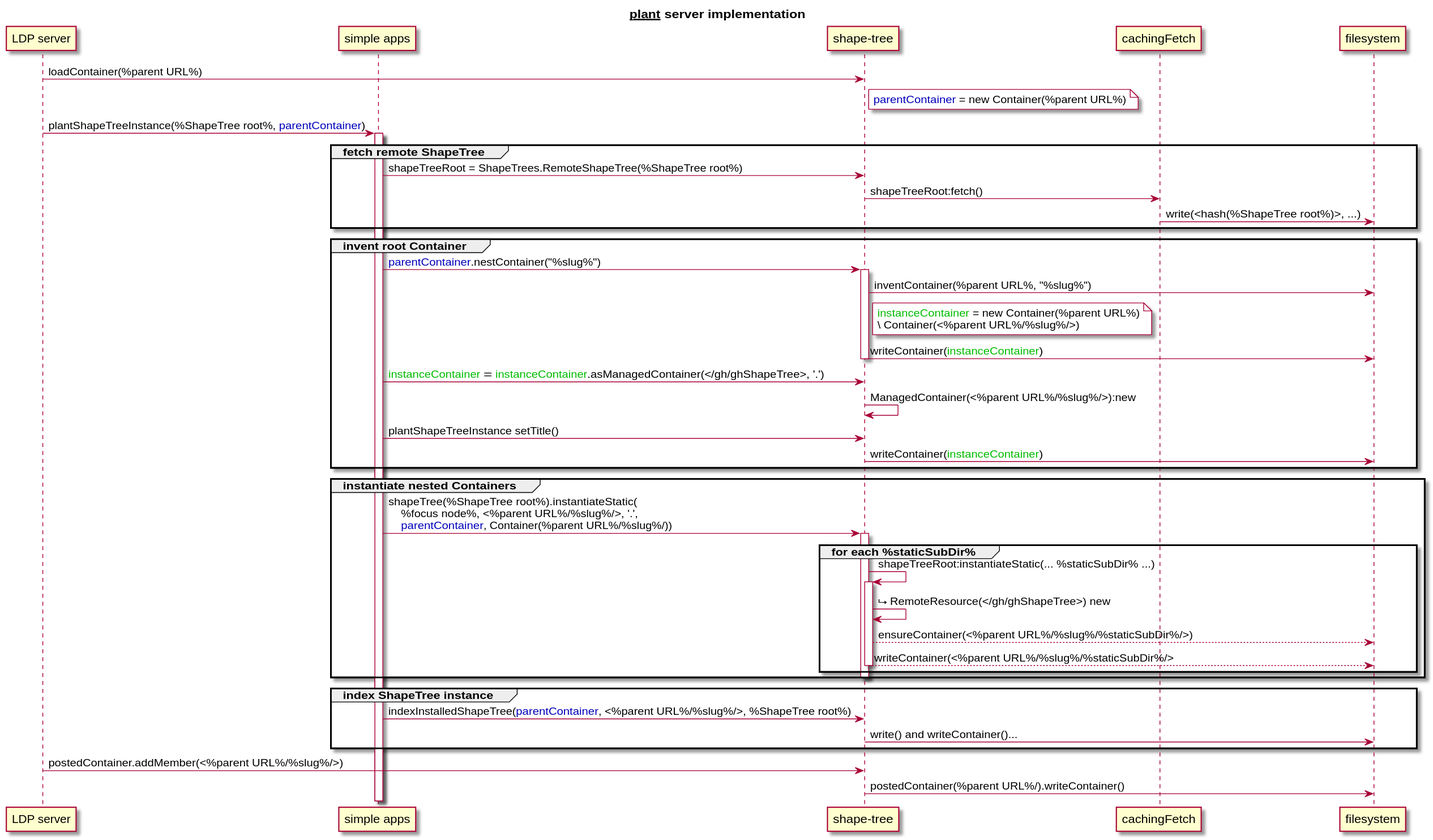
shapetrees/shapetree.js-old keeps this PlantUML diagram as doc/server-plant.svg. Above is the earlier version. Its diagram source:
```plantuml
@startuml
participant caller as "LDP server"
participant ecosystem as "simple apps"
participant ST as "shape-tree"
participant cache as "cachingFetch"
participant fs as "filesystem"
title <u>plant</u> server implementation
caller -> ST: loadContainer(%parent URL%)
note right of ST #fff: <color #00b>parentContainer</color> = new Container(%parent URL%)
caller -> ecosystem: plantShapeTreeInstance(%ShapeTree root%, <color #00b>parentContainer</color>)
activate ecosystem

group fetch remote ShapeTree
ecosystem -> ST #eef: shapeTreeRoot = ShapeTrees.RemoteShapeTree(%ShapeTree root%)
ST -> cache: shapeTreeRoot:fetch()
cache -> fs: write(<hash(%ShapeTree root%)>, ...)
end

group invent root Container
ecosystem -> ST: <color #00b>parentContainer</color>.nestContainer("%slug%")
activate ST
ST -> fs: inventContainer(%parent URL%, "%slug%")
note right of ST #fff: <color #0b0>instanceContainer</color> = new Container(%parent URL%)\n\\ Container(<%parent URL%/%slug%/>)
ST -> fs:writeContainer(<color #0b0>instanceContainer</color>)
deactivate ST
ecosystem -> ST #eef: <color #0b0>instanceContainer</color> = <color #0b0>instanceContainer</color>.asManagedContainer(</gh/ghShapeTree>, '.')
ST -> ST:ManagedContainer(<%parent URL%/%slug%/>):new
ecosystem -> ST: plantShapeTreeInstance setTitle()
ST -> fs: writeContainer(<color #0b0>instanceContainer</color>)
end

group instantiate nested Containers
ecosystem -> ST: shapeTree(%ShapeTree root%).instantiateStatic(\n    %focus node%, <%parent URL%/%slug%/>, '.', \n    <color #00b>parentContainer</color>, Container(%parent URL%/%slug%/))
group for each %staticSubDir%
activate ST
ST -> ST: shapeTreeRoot:instantiateStatic(... %staticSubDir% ...)
activate ST
ST -> ST: ⮡ RemoteResource(</gh/ghShapeTree>) new
ST --> fs: ensureContainer(<%parent URL%/%slug%/%staticSubDir%/>)
ST --> fs: writeContainer(<%parent URL%/%slug%/%staticSubDir%/>
deactivate ST
end
deactivate ST
end

group index ShapeTree instance
ecosystem -> ST: indexInstalledShapeTree(<color #00b>parentContainer</color>, <%parent URL%/%slug%/>, %ShapeTree root%)
ST -> fs: write() and writeContainer()...
end

caller -> ST: postedContainer.addMember(<%parent URL%/%slug%/>)
ST -> fs: postedContainer(%parent URL%/).writeContainer()

@enduml
```
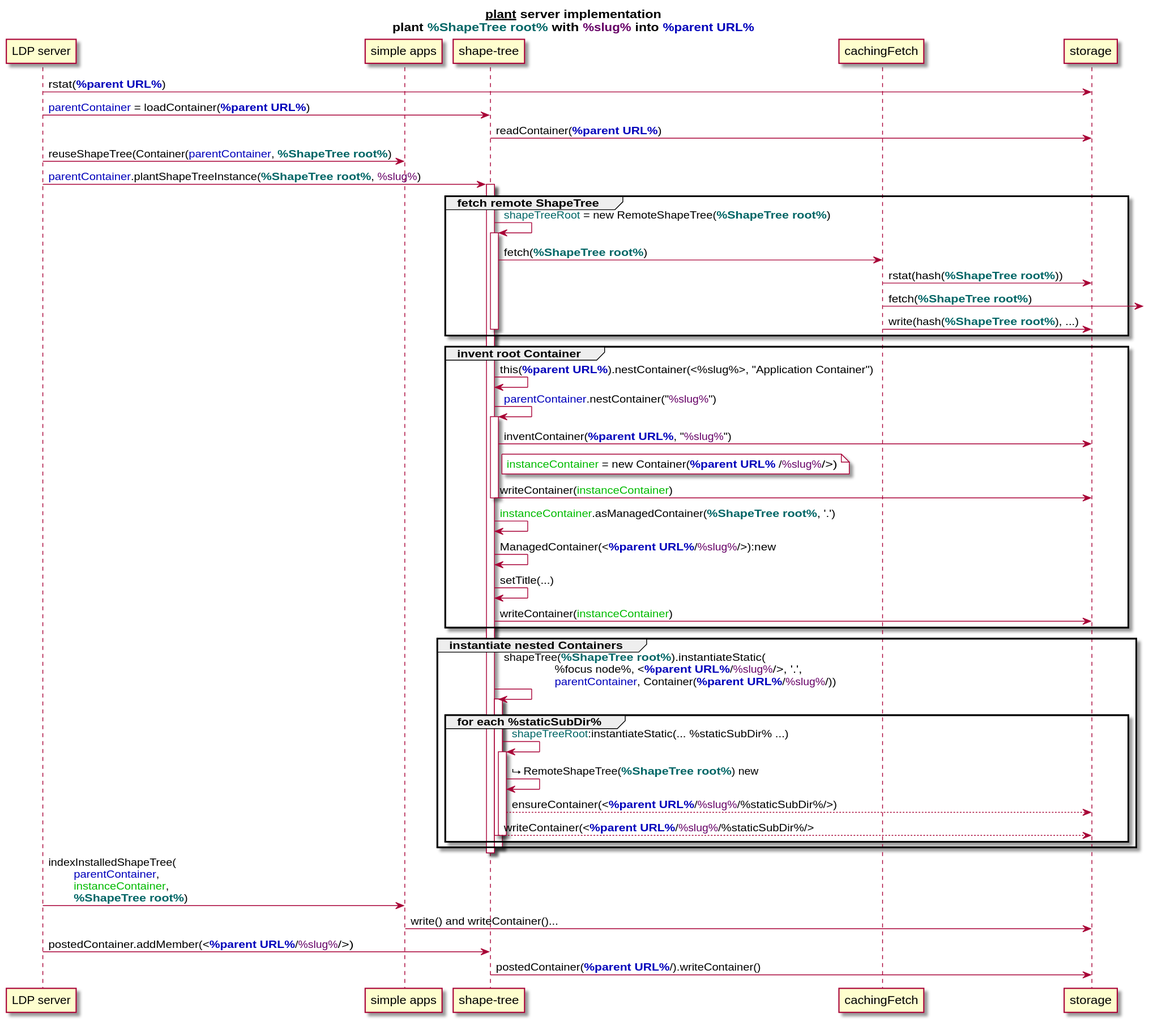
Later version of the same file.

What changed in the source:
```diff
@@ -3,52 +3,68 @@
 participant ecosystem as "simple apps"
 participant ST as "shape-tree"
 participant cache as "cachingFetch"
-participant fs as "filesystem"
-title <u>plant</u> server implementation
-caller -> ST: loadContainer(%parent URL%)
-note right of ST #fff: <color #00b>parentContainer</color> = new Container(%parent URL%)
-caller -> ecosystem: plantShapeTreeInstance(%ShapeTree root%, <color #00b>parentContainer</color>)
-activate ecosystem
+participant fs as "storage"
+title
+        <u>plant</u> server implementation
+        plant <color #066>**%ShapeTree root%**</color> with <color #606>%slug%</color> into <color #00b>**%parent URL%**</color>
+end title
 
-group fetch remote ShapeTree
-ecosystem -> ST #eef: shapeTreeRoot = ShapeTrees.RemoteShapeTree(%ShapeTree root%)
-ST -> cache: shapeTreeRoot:fetch()
-cache -> fs: write(<hash(%ShapeTree root%)>, ...)
-end
+caller -> fs: rstat(<color #00b>**%parent URL%**</color>)
+caller -> ST: <color #00b>parentContainer</color> = loadContainer(<color #00b>**%parent URL%**</color>)
+ST -> fs: readContainer(<color #00b>**%parent URL%**</color>)
 
-group invent root Container
-ecosystem -> ST: <color #00b>parentContainer</color>.nestContainer("%slug%")
+caller -> ecosystem: reuseShapeTree(Container(<color #00b>parentContainer</color>, <color #066>**%ShapeTree root%**</color>)
+caller -> ST: <color #00b>parentContainer</color>.plantShapeTreeInstance(<color #066>**%ShapeTree root%**</color>, <color #606>%slug%</color>)
 activate ST
-ST -> fs: inventContainer(%parent URL%, "%slug%")
-note right of ST #fff: <color #0b0>instanceContainer</color> = new Container(%parent URL%)\n\\ Container(<%parent URL%/%slug%/>)
-ST -> fs:writeContainer(<color #0b0>instanceContainer</color>)
+
+        group fetch remote ShapeTree
+  		ST -> ST #eef: <color #066>shapeTreeRoot</color> = new RemoteShapeTree(<color #066>**%ShapeTree root%**</color>)
+                activate ST
+  		        ST -> cache: fetch(<color #066>**%ShapeTree root%**</color>)
+  			cache -> fs: rstat(hash(<color #066>**%ShapeTree root%**</color>))
+  			cache ->]: fetch(<color #066>**%ShapeTree root%**</color>)
+  			cache -> fs: write(hash(<color #066>**%ShapeTree root%**</color>), ...)
+                deactivate ST
+        end
+
+        group invent root Container
+  		ST -> ST: this(<color #00b>**%parent URL%**</color>).nestContainer(<%slug%>, "Application Container")
+                ST -> ST: <color #00b>parentContainer</color>.nestContainer("<color #606>%slug%</color>")
+                activate ST
+                        ST -> fs: inventContainer(<color #00b>**%parent URL%**</color>, "<color #606>%slug%</color>")
+                        note right of ST #fff: <color #0b0>instanceContainer</color> = new Container(<color #00b>**%parent URL%**</color> /<color #606>%slug%</color>/>)
+                        ST -> fs:writeContainer(<color #0b0>instanceContainer</color>)
+                deactivate ST
+                ST -> ST #eef: <color #0b0>instanceContainer</color>.asManagedContainer(<color #066>**%ShapeTree root%**</color>, '.')
+                ST -> ST:ManagedContainer(<<color #00b>**%parent URL%**</color>/<color #606>%slug%</color>/>):new
+                ST -> ST: setTitle(...)
+                ST -> fs: writeContainer(<color #0b0>instanceContainer</color>)
+        end
+
+        group instantiate nested Containers
+                ST -> ST: shapeTree(<color #066>**%ShapeTree root%**</color>).instantiateStatic(\n                %focus node%, <<color #00b>**%parent URL%**</color>/<color #606>%slug%</color>/>, '.', \n                <color #00b>parentContainer</color>, Container(<color #00b>**%parent URL%**</color>/<color #606>%slug%</color>/))
+                activate ST
+                        group for each %staticSubDir%
+                                activate ST
+                                        ST -> ST: <color #066>shapeTreeRoot</color>:instantiateStatic(... %staticSubDir% ...)
+                                        activate ST
+                                                ST -> ST: ⮡ RemoteShapeTree(<color #066>**%ShapeTree root%**</color>) new
+                                                ST --> fs: ensureContainer(<<color #00b>**%parent URL%**</color>/<color #606>%slug%</color>/%staticSubDir%/>)
+                                                ST --> fs: writeContainer(<<color #00b>**%parent URL%**</color>/<color #606>%slug%</color>/%staticSubDir%/>
+                                        deactivate ST
+                                deactivate ST
+                        end
+                deactivate ST
+        end
+
 deactivate ST
-ecosystem -> ST #eef: <color #0b0>instanceContainer</color> = <color #0b0>instanceContainer</color>.asManagedContainer(</gh/ghShapeTree>, '.')
-ST -> ST:ManagedContainer(<%parent URL%/%slug%/>):new
-ecosystem -> ST: plantShapeTreeInstance setTitle()
-ST -> fs: writeContainer(<color #0b0>instanceContainer</color>)
-end
 
-group instantiate nested Containers
-ecosystem -> ST: shapeTree(%ShapeTree root%).instantiateStatic(\n    %focus node%, <%parent URL%/%slug%/>, '.', \n    <color #00b>parentContainer</color>, Container(%parent URL%/%slug%/))
-group for each %staticSubDir%
 activate ST
-ST -> ST: shapeTreeRoot:instantiateStatic(... %staticSubDir% ...)
-activate ST
-ST -> ST: ⮡ RemoteResource(</gh/ghShapeTree>) new
-ST --> fs: ensureContainer(<%parent URL%/%slug%/%staticSubDir%/>)
-ST --> fs: writeContainer(<%parent URL%/%slug%/%staticSubDir%/>
+                caller -> ecosystem: indexInstalledShapeTree(\n        <color #00b>parentContainer</color>, \n        <color #0b0>instanceContainer</color>, \n        <color #066>**%ShapeTree root%**</color>)
+                ecosystem -> fs: write() and writeContainer()...
 deactivate ST
-end
-deactivate ST
-end
 
-group index ShapeTree instance
-ecosystem -> ST: indexInstalledShapeTree(<color #00b>parentContainer</color>, <%parent URL%/%slug%/>, %ShapeTree root%)
-ST -> fs: write() and writeContainer()...
-end
-
-caller -> ST: postedContainer.addMember(<%parent URL%/%slug%/>)
-ST -> fs: postedContainer(%parent URL%/).writeContainer()
+caller -> ST: postedContainer.addMember(<<color #00b>**%parent URL%**</color>/<color #606>%slug%</color>/>)
+ST -> fs: postedContainer(<color #00b>**%parent URL%**</color>/).writeContainer()
 
 @enduml
```
